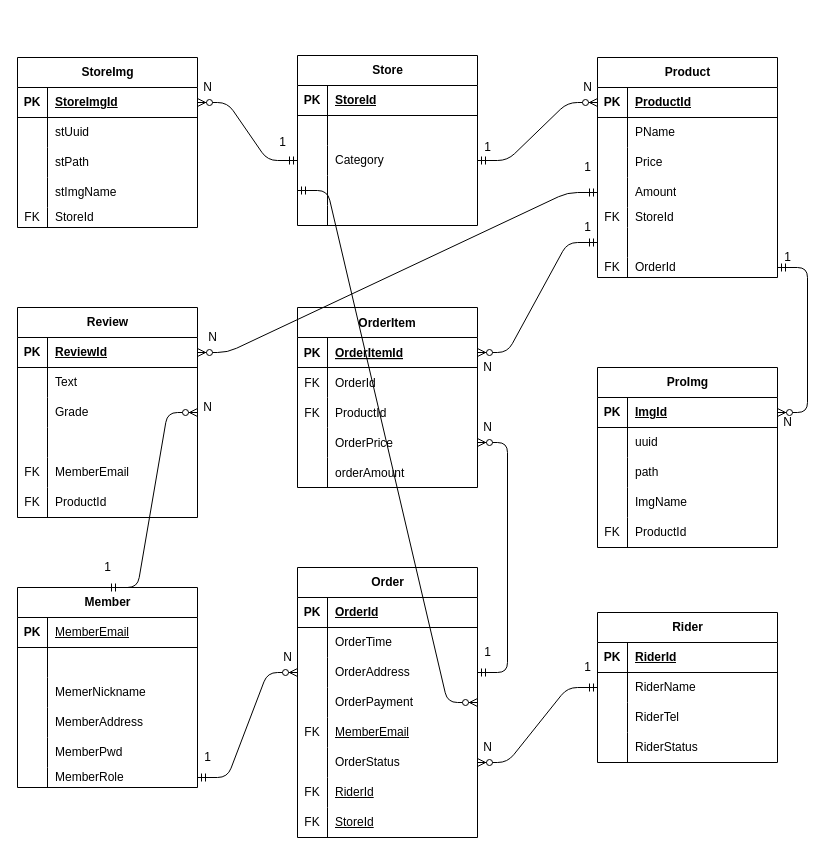
Above: src/main/java/com/example/sijangtong/erd/sijangtong.drawio in brian110326/sijangtong (draw.io), before the change. Source tidied: cells renumbered, new cells numbered last; positions are measured from the earlier drawing's top-left corner, leaving out a move shared by most shapes. Both pictures are drawn from the tidied source at 100%, with x=0, y=0 at pixel (17, 55).
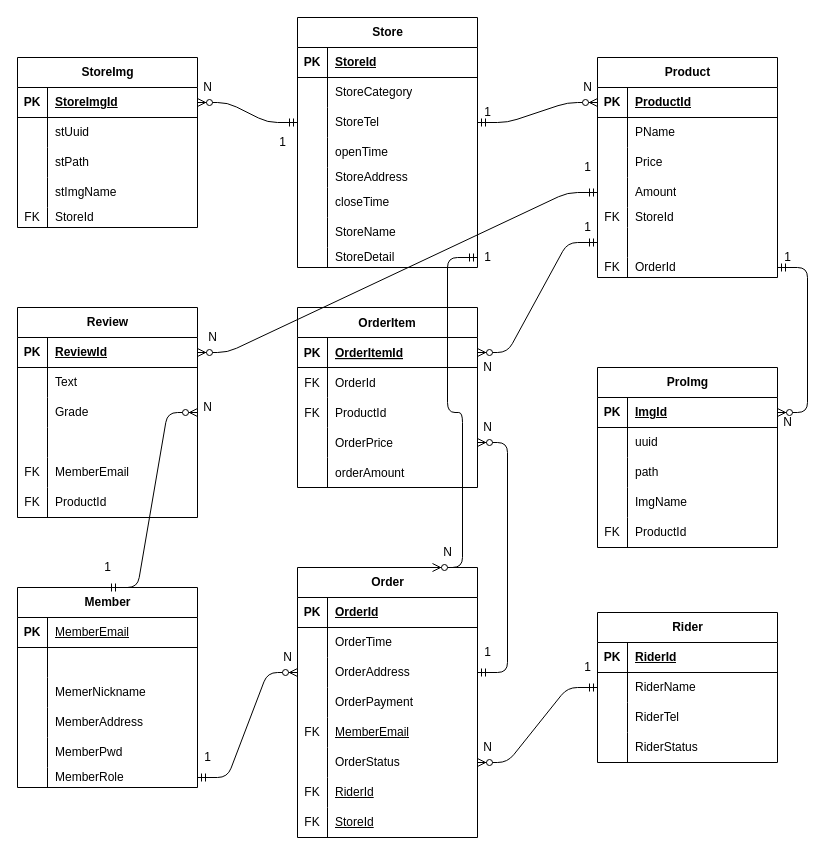
Above is the later version.

The change refers to these unchanged cells:
```xml
<mxCell id="6" style="shape=tableRow;horizontal=0;startSize=0;swimlaneHead=0;swimlaneBody=0;fillColor=none;top=0;left=0;right=0;bottom=0;" parent="2" vertex="1">
  <mxGeometry y="60" width="180" height="30" as="geometry" />
</mxCell>
<mxCell id="9" style="shape=tableRow;horizontal=0;startSize=0;swimlaneHead=0;swimlaneBody=0;fillColor=none;points=[[0,0.5],[1,0.5]];portConstraint=eastwest;top=0;left=0;right=0;bottom=0;" parent="2" vertex="1">
  <mxGeometry y="90" width="180" height="30" as="geometry" />
</mxCell>
<mxCell id="12" style="shape=tableRow;horizontal=0;startSize=0;swimlaneHead=0;swimlaneBody=0;fillColor=none;points=[[0,0.5],[1,0.5]];portConstraint=eastwest;top=0;left=0;right=0;bottom=0;" parent="2" vertex="1">
  <mxGeometry y="120" width="180" height="30" as="geometry" />
</mxCell>
<mxCell id="15" style="shape=tableRow;horizontal=0;startSize=0;swimlaneHead=0;swimlaneBody=0;fillColor=none;top=0;left=0;right=0;bottom=0;" parent="2" vertex="1">
  <mxGeometry y="150" width="180" height="20" as="geometry" />
</mxCell>
<mxCell id="59" value="Order" style="shape=table;startSize=30;childLayout=tableLayout;rowLines=0;fontStyle=1;align=center;html=1;" parent="1" vertex="1">
  <mxGeometry x="280" y="512" width="180" height="270" as="geometry" />
</mxCell>
<mxCell id="69" style="shape=tableRow;horizontal=0;startSize=0;swimlaneHead=0;swimlaneBody=0;fillColor=none;points=[[0,0.5],[1,0.5]];portConstraint=eastwest;top=0;left=0;right=0;bottom=0;" parent="59" vertex="1">
  <mxGeometry y="120" width="180" height="30" as="geometry" />
</mxCell>
```

What changed in the source:
```diff
@@
     <mxCell id="2" value="Store" style="shape=table;startSize=30;childLayout=tableLayout;rowLines=0;fontStyle=1;align=center;html=1;" parent="1" vertex="1">
-      <mxGeometry x="280" width="180" height="170" as="geometry" />
+      <mxGeometry x="280" y="-38" width="180" height="250" as="geometry" />
     </mxCell>
@@
-    <mxCell id="8" style="shape=partialRectangle;fillColor=none;top=0;left=0;bottom=0;right=0;align=left;spacingLeft=6;overflow=hidden;whiteSpace=wrap;html=1;" parent="6" vertex="1">
+    <mxCell id="8" value="StoreCategory" style="shape=partialRectangle;fillColor=none;top=0;left=0;bottom=0;right=0;align=left;spacingLeft=6;overflow=hidden;whiteSpace=wrap;html=1;" parent="6" vertex="1">
       <mxGeometry x="30" width="150" height="30" as="geometry" />
     </mxCell>
@@
-    <mxCell id="11" value="Category" style="shape=partialRectangle;fillColor=none;top=0;left=0;bottom=0;right=0;align=left;spacingLeft=6;overflow=hidden;whiteSpace=wrap;html=1;" parent="9" vertex="1">
+    <mxCell id="11" value="StoreTel" style="shape=partialRectangle;fillColor=none;top=0;left=0;bottom=0;right=0;align=left;spacingLeft=6;overflow=hidden;whiteSpace=wrap;html=1;" parent="9" vertex="1">
       <mxGeometry x="30" width="150" height="30" as="geometry" />
     </mxCell>
@@
-    <mxCell id="14" style="shape=partialRectangle;fillColor=none;top=0;left=0;bottom=0;right=0;align=left;spacingLeft=6;overflow=hidden;whiteSpace=wrap;html=1;" parent="12" vertex="1">
+    <mxCell id="14" value="openTime" style="shape=partialRectangle;fillColor=none;top=0;left=0;bottom=0;right=0;align=left;spacingLeft=6;overflow=hidden;whiteSpace=wrap;html=1;" parent="12" vertex="1">
       <mxGeometry x="30" width="150" height="30" as="geometry" />
     </mxCell>
@@
-    <mxCell id="17" style="shape=partialRectangle;fillColor=none;top=0;left=0;bottom=0;right=0;align=left;spacingLeft=6;overflow=hidden;whiteSpace=wrap;html=1;" parent="15" vertex="1">
+    <mxCell id="17" value="StoreAddress" style="shape=partialRectangle;fillColor=none;top=0;left=0;bottom=0;right=0;align=left;spacingLeft=6;overflow=hidden;whiteSpace=wrap;html=1;" parent="15" vertex="1">
       <mxGeometry x="30" width="150" height="20" as="geometry" />
     </mxCell>
+    <mxCell id="192" style="shape=tableRow;horizontal=0;startSize=0;swimlaneHead=0;swimlaneBody=0;fillColor=none;top=0;left=0;right=0;bottom=0;" parent="2" vertex="1">
+      <mxGeometry y="170" width="180" height="30" as="geometry" />
+    </mxCell>
+    <mxCell id="193" style="shape=partialRectangle;fillColor=none;top=0;left=0;bottom=0;right=0;overflow=hidden;whiteSpace=wrap;html=1;" parent="192" vertex="1">
+      <mxGeometry width="30" height="30" as="geometry" />
+    </mxCell>
+    <mxCell id="194" value="closeTime" style="shape=partialRectangle;fillColor=none;top=0;left=0;bottom=0;right=0;align=left;spacingLeft=6;overflow=hidden;whiteSpace=wrap;html=1;" parent="192" vertex="1">
+      <mxGeometry x="30" width="150" height="30" as="geometry" />
+    </mxCell>
+    <mxCell id="195" style="shape=tableRow;horizontal=0;startSize=0;swimlaneHead=0;swimlaneBody=0;fillColor=none;top=0;left=0;right=0;bottom=0;" parent="2" vertex="1">
+      <mxGeometry y="200" width="180" height="30" as="geometry" />
+    </mxCell>
+    <mxCell id="196" style="shape=partialRectangle;fillColor=none;top=0;left=0;bottom=0;right=0;overflow=hidden;whiteSpace=wrap;html=1;" parent="195" vertex="1">
+      <mxGeometry width="30" height="30" as="geometry" />
+    </mxCell>
+    <mxCell id="197" value="StoreName" style="shape=partialRectangle;fillColor=none;top=0;left=0;bottom=0;right=0;align=left;spacingLeft=6;overflow=hidden;whiteSpace=wrap;html=1;" parent="195" vertex="1">
+      <mxGeometry x="30" width="150" height="30" as="geometry" />
+    </mxCell>
+    <mxCell id="198" style="shape=tableRow;horizontal=0;startSize=0;swimlaneHead=0;swimlaneBody=0;fillColor=none;points=[[0,0.5],[1,0.5]];portConstraint=eastwest;top=0;left=0;right=0;bottom=0;" parent="2" vertex="1">
+      <mxGeometry y="230" width="180" height="20" as="geometry" />
+    </mxCell>
+    <mxCell id="199" style="shape=partialRectangle;fillColor=none;top=0;left=0;bottom=0;right=0;overflow=hidden;whiteSpace=wrap;html=1;" parent="198" vertex="1">
+      <mxGeometry width="30" height="20" as="geometry" />
+    </mxCell>
+    <mxCell id="200" value="StoreDetail" style="shape=partialRectangle;fillColor=none;top=0;left=0;bottom=0;right=0;align=left;spacingLeft=6;overflow=hidden;whiteSpace=wrap;html=1;" parent="198" vertex="1">
+      <mxGeometry x="30" width="150" height="20" as="geometry" />
+    </mxCell>
@@
     <mxCell id="172" value="1" style="text;html=1;align=center;verticalAlign=middle;strokeColor=none;fillColor=none;" parent="1" vertex="1">
-      <mxGeometry x="455" y="77" width="30" height="30" as="geometry" />
+      <mxGeometry x="455" y="42" width="30" height="30" as="geometry" />
     </mxCell>
@@
-    <mxCell id="191" style="edgeStyle=entityRelationEdgeStyle;fontSize=12;html=1;endArrow=ERzeroToMany;startArrow=ERmandOne;entryX=1;entryY=0.5;entryDx=0;entryDy=0;exitX=0;exitY=0.5;exitDx=0;exitDy=0;" parent="1" edge="1" source="12" target="69">
+    <mxCell id="191" style="edgeStyle=entityRelationEdgeStyle;fontSize=12;html=1;endArrow=ERzeroToMany;startArrow=ERmandOne;entryX=0.75;entryY=0;entryDx=0;entryDy=0;exitX=1;exitY=0.5;exitDx=0;exitDy=0;" parent="1" edge="1" source="198" target="59">
       <mxGeometry relative="1" as="geometry" />
     </mxCell>
+    <mxCell id="201" value="N" style="text;html=1;align=center;verticalAlign=middle;strokeColor=none;fillColor=none;" parent="1" vertex="1">
+      <mxGeometry x="415" y="482" width="30" height="30" as="geometry" />
+    </mxCell>
+    <mxCell id="202" value="1" style="text;html=1;align=center;verticalAlign=middle;strokeColor=none;fillColor=none;" parent="1" vertex="1">
+      <mxGeometry x="455" y="187" width="30" height="30" as="geometry" />
+    </mxCell>
```
